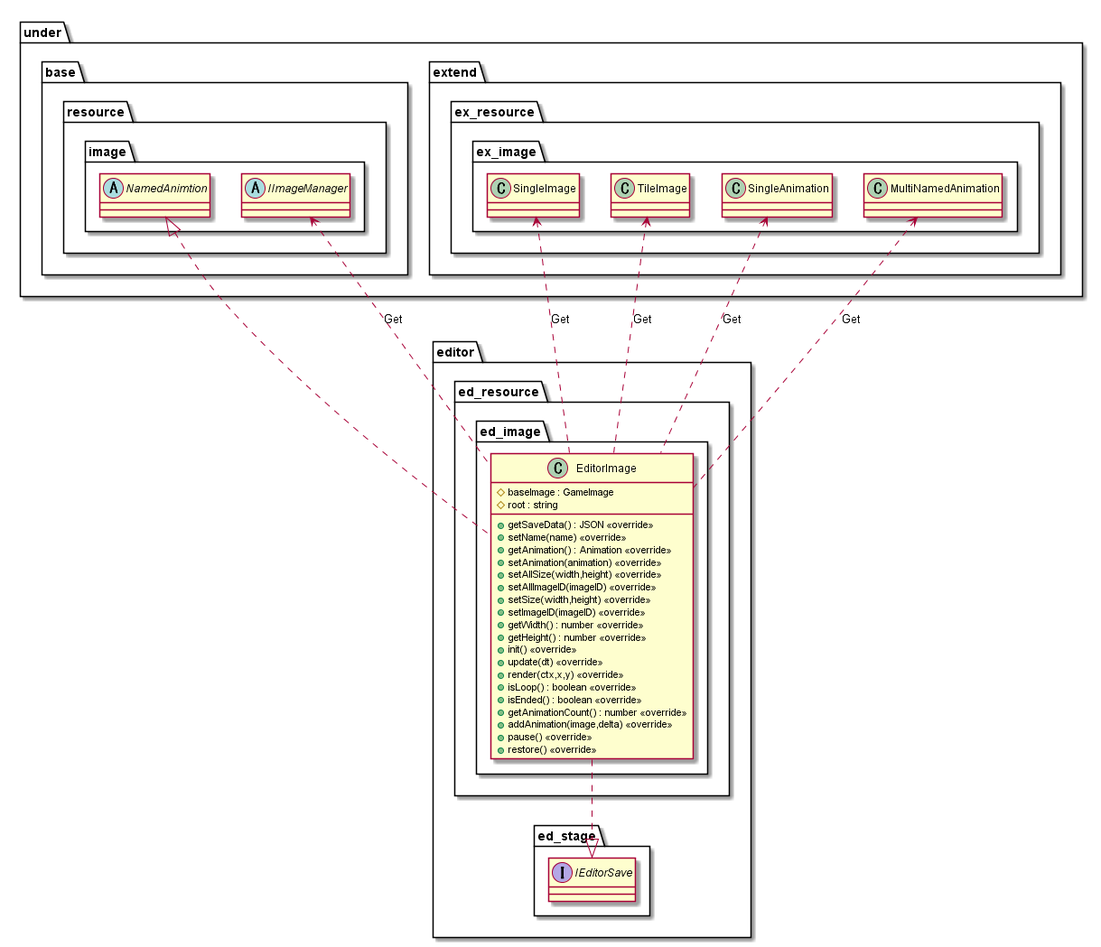
This is out/uml/editor/Element/Image/EditorEvent.png from Expine/Under, a PlantUML export, as it was before one commit. Source of this version:
```plantuml
@startuml EditorEvent

package editor {
    package ed_resource {
        package ed_image {
            class EditorImage {
                #baseImage : GameImage
                #root : string
                +getSaveData() : JSON <<override>>
                +setName(name) <<override>>
                +getAnimation() : Animation <<override>>
                +setAnimation(animation) <<override>>
                +setAllSize(width,height) <<override>>
                +setAllImageID(imageID) <<override>>
                +setSize(width,height) <<override>>
                +setImageID(imageID) <<override>>
                +getWidth() : number <<override>>
                +getHeight() : number <<override>>
                +init() <<override>>
                +update(dt) <<override>>
                +render(ctx,x,y) <<override>>
                +isLoop() : boolean <<override>>
                +isEnded() : boolean <<override>>
                +getAnimationCount() : number <<override>>
                +addAnimation(image,delta) <<override>>
                +pause() <<override>>
                +restore() <<override>>

            }
        }
    }
}

package under {
    package base {
        package resource {
            package image {
                abstract NamedAnimtion
                abstract IImageManager
            }
        }
    }
    package extend {
        package ex_resource {
            package ex_image {
                class SingleImage
                class TileImage
                class SingleAnimation
                class MultiNamedAnimation
            }
        }
    }
}

package editor {
    package ed_stage {
        interface IEditorSave
    }
}

SingleImage <.. EditorImage : Get
TileImage <.. EditorImage : Get
SingleAnimation <.. EditorImage : Get
MultiNamedAnimation <.. EditorImage : Get
IImageManager <.. EditorImage : Get

NamedAnimtion <|.. EditorImage
EditorImage ..|> IEditorSave

@enduml
```
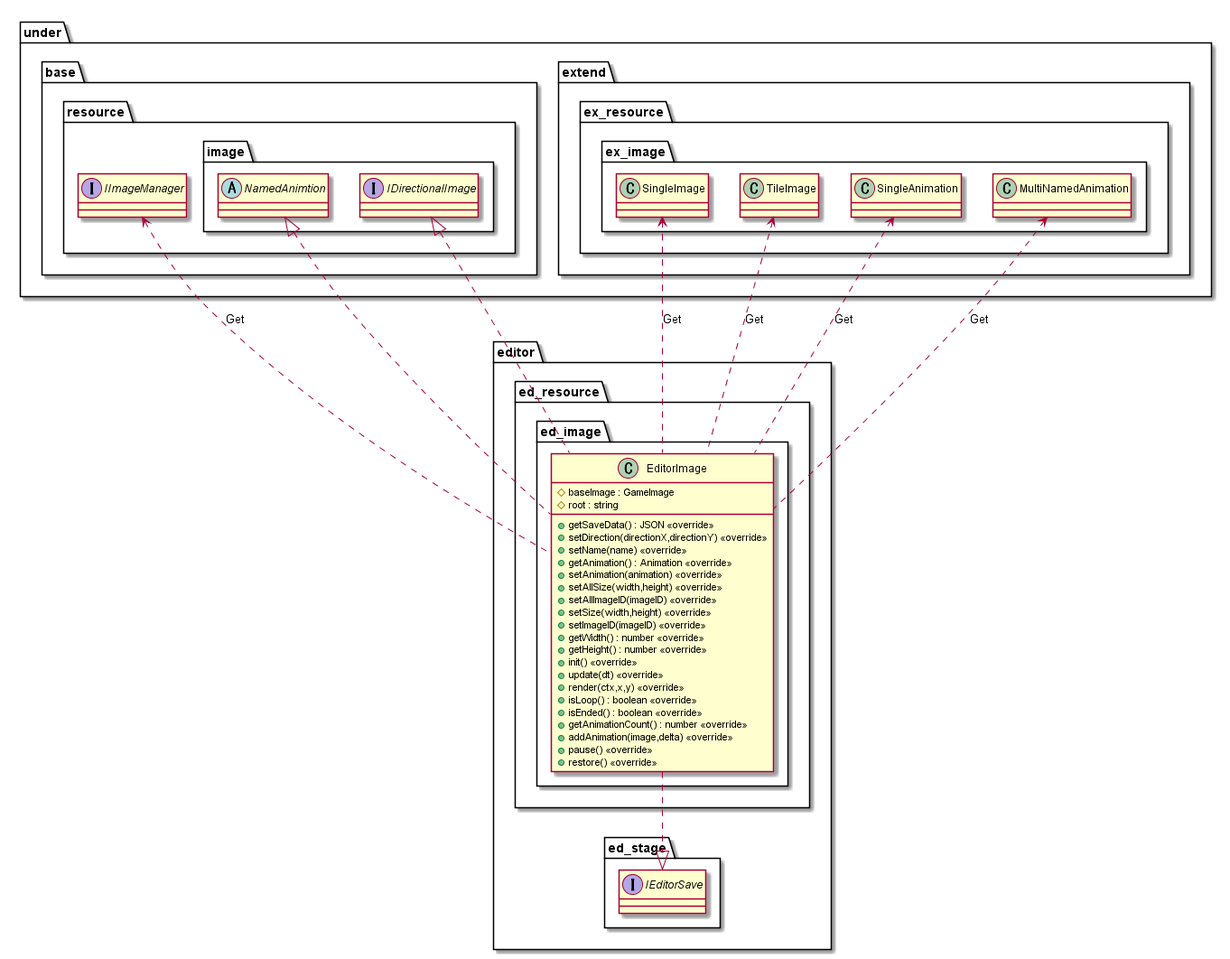
The same file after the commit.

What changed in the source:
```diff
@@ -7,6 +7,7 @@
                 #baseImage : GameImage
                 #root : string
                 +getSaveData() : JSON <<override>>
+                +setDirection(directionX,directionY) <<override>>
                 +setName(name) <<override>>
                 +getAnimation() : Animation <<override>>
                 +setAnimation(animation) <<override>>
@@ -34,9 +35,10 @@
 package under {
     package base {
         package resource {
+            interface IImageManager
             package image {
                 abstract NamedAnimtion
-                abstract IImageManager
+                interface IDirectionalImage
             }
         }
     }
@@ -66,5 +68,6 @@
 
 NamedAnimtion <|.. EditorImage
 EditorImage ..|> IEditorSave
+IDirectionalImage <|.. EditorImage
 
 @enduml
```
